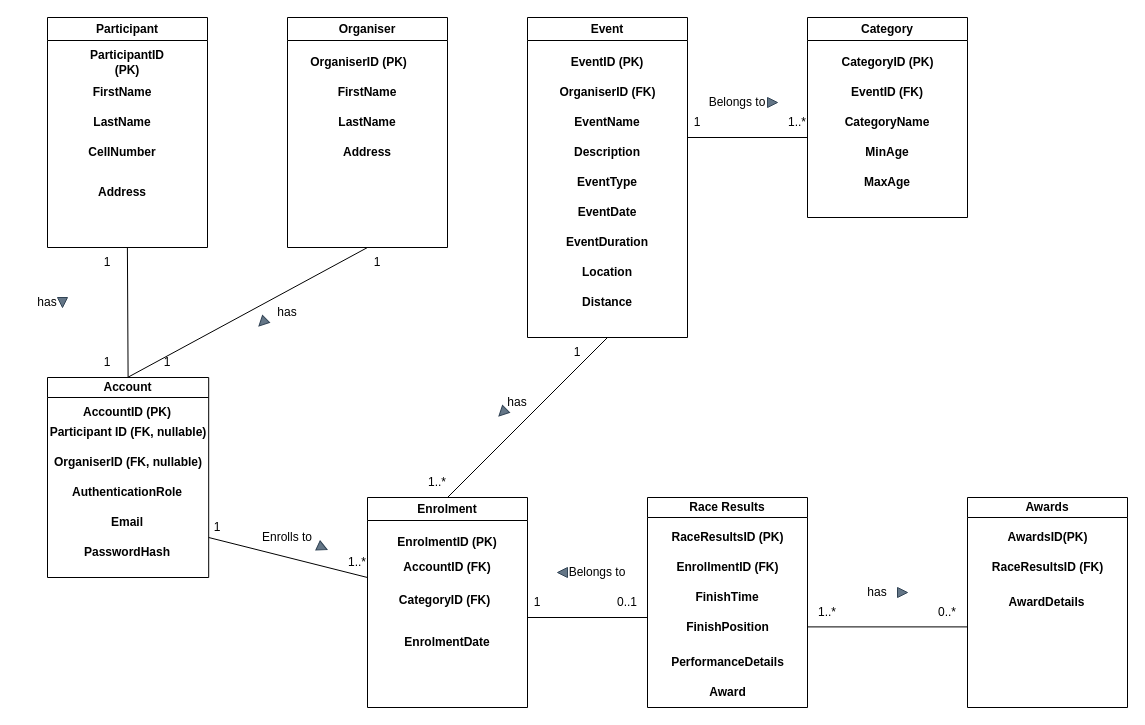
Earlier version of the draw.io diagram docs/RaceDay_ERD.drawio (Mque-hub/Prog6212w_POE). Source tidied: cells renumbered, new cells numbered last; positions are measured from the earlier drawing's top-left corner, leaving out a move shared by most shapes. Both pictures are drawn from the tidied source at 100%, with x=0, y=0 at pixel (17, 17).
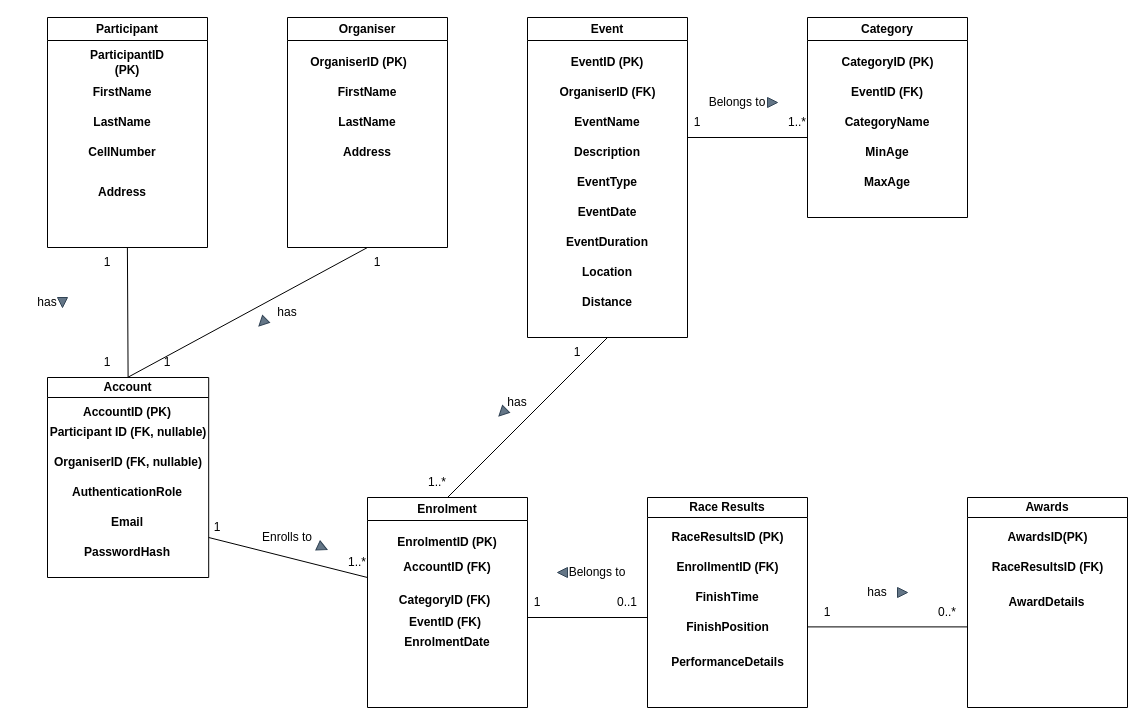
Above is the later version.

Commit message (it also covers changes not shown here):
fix: placed ERD.drawio in the correct folder

Unchanged cells that the change refers to:
```xml
<mxCell id="37" value="Enrolment" style="swimlane;whiteSpace=wrap;html=1;" parent="1" vertex="1">
  <mxGeometry x="350" y="480" width="160" height="210" as="geometry" />
</mxCell>
<mxCell id="42" value="Race Results" style="swimlane;whiteSpace=wrap;html=1;startSize=20;" parent="1" vertex="1">
  <mxGeometry x="630" y="480" width="160" height="210" as="geometry" />
</mxCell>
```

The edit, as a diff of the source:
```diff
@@
+    <mxCell id="87" value="EventID (FK)" style="text;html=1;whiteSpace=wrap;strokeColor=none;fillColor=none;align=center;verticalAlign=middle;rounded=0;fontFamily=Helvetica;fontSize=12;fontColor=default;fontStyle=1;" parent="37" vertex="1">
+      <mxGeometry x="32.5" y="110" width="90" height="30" as="geometry" />
+    </mxCell>
@@
-    <mxCell id="47" value="Award" style="text;html=1;whiteSpace=wrap;strokeColor=none;fillColor=none;align=center;verticalAlign=middle;rounded=0;fontFamily=Helvetica;fontSize=12;fontColor=default;fontStyle=1;" parent="42" vertex="1">
-      <mxGeometry x="22.5" y="180" width="115" height="30" as="geometry" />
-    </mxCell>
@@
-    <mxCell id="82" value="1..*" style="text;html=1;whiteSpace=wrap;strokeColor=none;fillColor=none;align=center;verticalAlign=middle;rounded=0;" parent="1" vertex="1">
+    <mxCell id="82" value="1" style="text;html=1;whiteSpace=wrap;strokeColor=none;fillColor=none;align=center;verticalAlign=middle;rounded=0;" parent="1" vertex="1">
       <mxGeometry x="780" y="580" width="60" height="30" as="geometry" />
     </mxCell>
```
